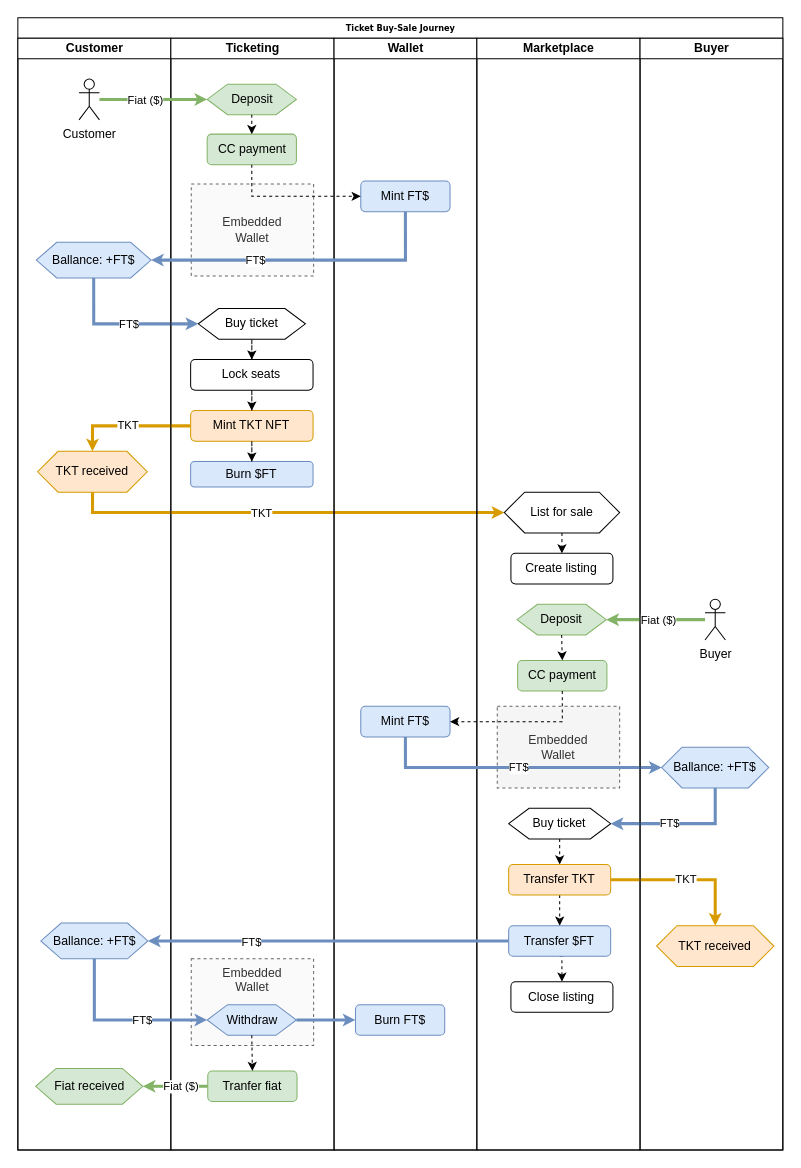
Above: buy-sale-diagram.drawio in cutepetric/TIXchange (draw.io), before the change. Source tidied: cells renumbered, new cells numbered last; positions are measured from the earlier drawing's top-left corner, leaving out a move shared by most shapes. Both pictures are drawn from the tidied source at 102%, with x=0, y=0 at pixel (17, 17).
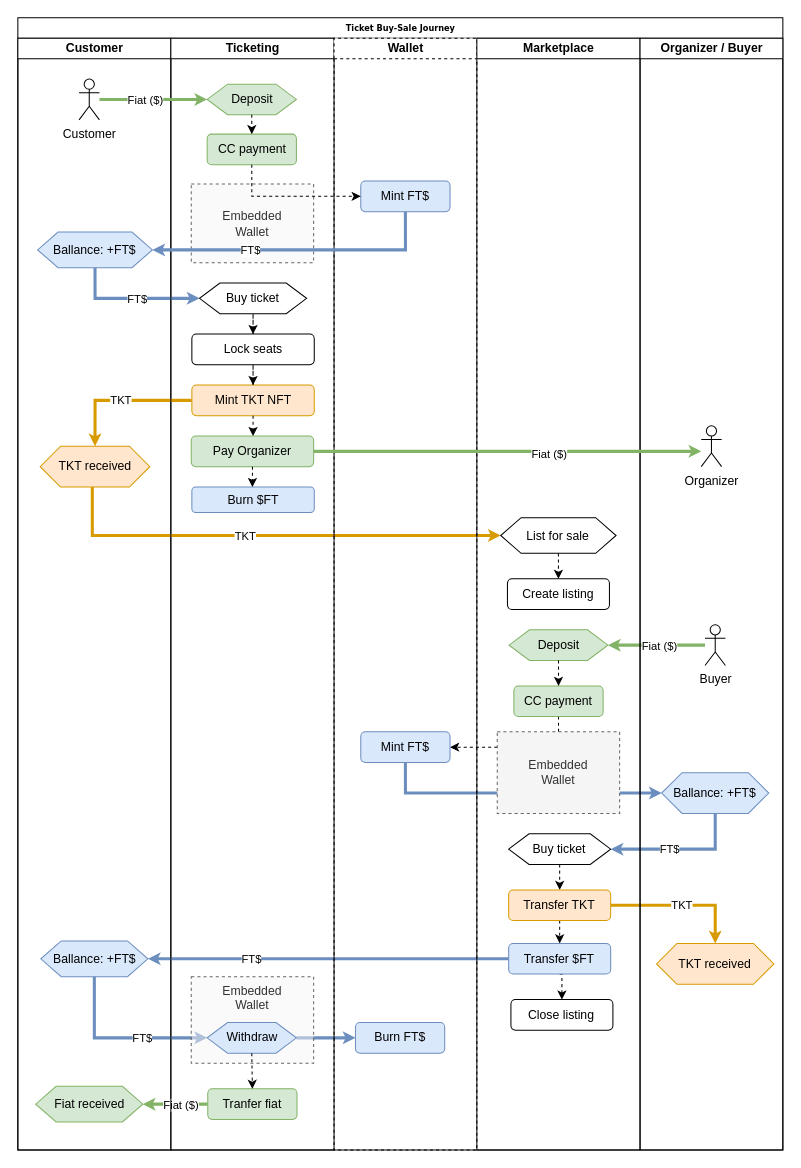
The same page after the edit.

Unchanged cells that the change refers to:
```xml
<mxCell id="2" value="Ticket Buy-Sale Journey" style="swimlane;html=1;startSize=20;rounded=0;shadow=0;labelBackgroundColor=none;strokeWidth=1;fontFamily=Verdana;fontSize=8;align=center;" parent="1" vertex="1">
  <mxGeometry width="750" height="1110" as="geometry" />
</mxCell>
<mxCell id="3" value="Customer" style="swimlane;html=1;startSize=20;" parent="2" vertex="1">
  <mxGeometry y="20" width="150" height="1090" as="geometry" />
</mxCell>
<mxCell id="14" value="Ticketing" style="swimlane;html=1;startSize=20;" parent="2" vertex="1">
  <mxGeometry x="150" y="20" width="160" height="1090" as="geometry" />
</mxCell>
<mxCell id="34" value="Marketplace" style="swimlane;html=1;startSize=20;" parent="2" vertex="1">
  <mxGeometry x="450" y="20" width="160" height="1090" as="geometry" />
</mxCell>
```

Diff of the diagram source:
```diff
@@
     <mxCell id="5" value="Ballance: +FT$" style="shape=hexagon;perimeter=hexagonPerimeter2;whiteSpace=wrap;html=1;fixedSize=1;rounded=0;fillColor=#dae8fc;strokeColor=#6c8ebf;" parent="3" vertex="1">
-      <mxGeometry x="18.1" y="200" width="112.5" height="35" as="geometry" />
+      <mxGeometry x="19.4" y="190" width="112.5" height="35" as="geometry" />
     </mxCell>
     <mxCell id="6" value="TKT received" style="shape=hexagon;perimeter=hexagonPerimeter2;whiteSpace=wrap;html=1;fixedSize=1;rounded=0;fillColor=#ffe6cc;strokeColor=#d79b00;" parent="3" vertex="1">
-      <mxGeometry x="19.4" y="405" width="107.5" height="40" as="geometry" />
+      <mxGeometry x="21.9" y="400" width="107.5" height="40" as="geometry" />
     </mxCell>
     <mxCell id="7" value="Ballance: +FT$" style="shape=hexagon;perimeter=hexagonPerimeter2;whiteSpace=wrap;html=1;fixedSize=1;rounded=0;fillColor=#dae8fc;strokeColor=#6c8ebf;" parent="3" vertex="1">
-      <mxGeometry x="22.5" y="867.5" width="105" height="35" as="geometry" />
+      <mxGeometry x="22.5" y="885" width="105" height="35" as="geometry" />
     </mxCell>
     <mxCell id="8" value="Fiat received" style="shape=hexagon;perimeter=hexagonPerimeter2;whiteSpace=wrap;html=1;fixedSize=1;rounded=0;fillColor=#d5e8d4;strokeColor=#82b366;" parent="3" vertex="1">
-      <mxGeometry x="17.5" y="1010" width="105" height="35" as="geometry" />
+      <mxGeometry x="17.5" y="1027.5" width="105" height="35" as="geometry" />
     </mxCell>
@@
     <mxCell id="12" style="edgeStyle=orthogonalEdgeStyle;rounded=0;jettySize=auto;html=1;strokeWidth=3;strokeColor=#d79b00;fillColor=#ffe6cc;endSize=3;entryX=0;entryY=0.5;entryDx=0;entryDy=0;" parent="2" edge="1" source="6" target="37">
       <mxGeometry relative="1" as="geometry">
         <Array as="points">
-          <mxPoint x="73" y="485" />
+          <mxPoint x="73" y="508" />
         </Array>
       </mxGeometry>
     </mxCell>
@@
+    <mxCell id="50" style="edgeStyle=orthogonalEdgeStyle;rounded=0;jettySize=auto;html=1;exitX=0;exitY=0.5;exitDx=0;exitDy=0;entryX=1;entryY=0.5;entryDx=0;entryDy=0;strokeWidth=3;strokeColor=#6c8ebf;fillColor=#dae8fc;endSize=3;" parent="2" edge="1" source="44" target="7">
+      <mxGeometry relative="1" as="geometry" />
+    </mxCell>
+    <mxCell id="51" value="FT$" style="edgeLabel;html=1;align=center;verticalAlign=middle;" parent="50" vertex="1">
+      <mxGeometry x="0.33" relative="1" as="geometry">
+        <mxPoint x="-18" as="offset" />
+      </mxGeometry>
+    </mxCell>
+    <mxCell id="53" style="edgeStyle=orthogonalEdgeStyle;rounded=0;jumpStyle=sharp;jettySize=auto;html=1;exitX=0;exitY=0.5;exitDx=0;exitDy=0;entryX=1;entryY=0.5;entryDx=0;entryDy=0;strokeWidth=3;strokeColor=#82b366;fillColor=#d5e8d4;endSize=3;" parent="2" edge="1" source="28" target="8">
+      <mxGeometry relative="1" as="geometry" />
+    </mxCell>
+    <mxCell id="54" value="Fiat ($)" style="edgeLabel;html=1;align=center;verticalAlign=middle;" parent="53" vertex="1">
+      <mxGeometry x="0.03" y="2" relative="1" as="geometry">
+        <mxPoint x="6" y="-2" as="offset" />
+      </mxGeometry>
+    </mxCell>
+    <mxCell id="55" style="edgeStyle=orthogonalEdgeStyle;rounded=0;jettySize=auto;html=1;exitX=1;exitY=0.5;exitDx=0;exitDy=0;entryX=0;entryY=0.5;entryDx=0;entryDy=0;strokeColor=#6c8ebf;strokeWidth=3;fillColor=#dae8fc;endSize=3;" parent="2" edge="1" source="27" target="32">
+      <mxGeometry relative="1" as="geometry" />
+    </mxCell>
+    <mxCell id="60" style="edgeStyle=orthogonalEdgeStyle;rounded=0;jumpStyle=sharp;jettySize=auto;html=1;exitX=0.5;exitY=1;exitDx=0;exitDy=0;entryX=0;entryY=0.5;entryDx=0;entryDy=0;strokeWidth=3;strokeColor=#6c8ebf;fillColor=#dae8fc;endSize=3;" parent="2" edge="1" source="7" target="27">
+      <mxGeometry relative="1" as="geometry" />
+    </mxCell>
+    <mxCell id="61" value="FT$" style="edgeLabel;html=1;align=center;verticalAlign=middle;" parent="60" vertex="1">
+      <mxGeometry x="0.06" y="1" relative="1" as="geometry">
+        <mxPoint x="16" y="1" as="offset" />
+      </mxGeometry>
+    </mxCell>
+    <mxCell id="49" value="TKT" style="edgeStyle=orthogonalEdgeStyle;rounded=0;jettySize=auto;html=1;exitX=1;exitY=0.5;exitDx=0;exitDy=0;entryX=0.5;entryY=0;entryDx=0;entryDy=0;strokeWidth=3;strokeColor=#d79b00;fillColor=#ffe6cc;endSize=3;" parent="2" edge="1" source="42" target="64">
+      <mxGeometry relative="1" as="geometry" />
+    </mxCell>
+    <mxCell id="52" value="FT$" style="edgeStyle=orthogonalEdgeStyle;rounded=0;jumpStyle=sharp;jettySize=auto;html=1;exitX=0.5;exitY=1;exitDx=0;exitDy=0;entryX=1;entryY=0.5;entryDx=0;entryDy=0;strokeColor=#6c8ebf;strokeWidth=3;fillColor=#dae8fc;endSize=3;" parent="2" edge="1" source="65" target="40">
+      <mxGeometry x="0.17" relative="1" as="geometry" />
+    </mxCell>
+    <mxCell id="56" value="FT$" style="edgeStyle=orthogonalEdgeStyle;rounded=0;jumpStyle=sharp;jettySize=auto;html=1;entryX=0;entryY=0.5;entryDx=0;entryDy=0;strokeColor=#6c8ebf;strokeWidth=3;fillColor=#dae8fc;exitX=0.5;exitY=1;exitDx=0;exitDy=0;endSize=3;" parent="2" edge="1" source="33" target="65">
+      <mxGeometry relative="1" as="geometry" />
+    </mxCell>
+    <mxCell id="57" style="rounded=0;jettySize=auto;html=1;fillColor=#d5e8d4;strokeColor=#82b366;strokeWidth=3;entryX=1;entryY=0.5;entryDx=0;entryDy=0;endSize=3;" parent="2" edge="1" source="63" target="46">
+      <mxGeometry relative="1" as="geometry" />
+    </mxCell>
+    <mxCell id="58" value="Fiat ($)" style="edgeLabel;html=1;align=center;verticalAlign=middle;" parent="57" vertex="1">
+      <mxGeometry x="0.31" relative="1" as="geometry">
+        <mxPoint x="17" as="offset" />
+      </mxGeometry>
+    </mxCell>
+    <mxCell id="59" style="edgeStyle=orthogonalEdgeStyle;rounded=0;jumpStyle=sharp;jettySize=auto;html=1;exitX=0.5;exitY=1;exitDx=0;exitDy=0;entryX=1;entryY=0.5;entryDx=0;entryDy=0;dashed=1;strokeWidth=1;" parent="2" edge="1" source="47" target="33">
+      <mxGeometry relative="1" as="geometry" />
+    </mxCell>
@@
     <mxCell id="15" value="Embedded&lt;br&gt;Wallet" style="rounded=0;whiteSpace=wrap;html=1;dashed=1;fillColor=#f5f5f5;fillOpacity=50;strokeColor=#666666;fontColor=#333333;" parent="14" vertex="1">
-      <mxGeometry x="20" y="143" width="120" height="90" as="geometry" />
+      <mxGeometry x="20" y="143" width="120" height="77" as="geometry" />
     </mxCell>
     <mxCell id="16" value="Lock seats" style="rounded=1;whiteSpace=wrap;html=1;" parent="14" vertex="1">
-      <mxGeometry x="19.4" y="315" width="120" height="30" as="geometry" />
+      <mxGeometry x="20.6" y="290" width="120" height="30" as="geometry" />
     </mxCell>
     <mxCell id="17" value="Mint TKT NFT" style="whiteSpace=wrap;html=1;rounded=1;fillColor=#ffe6cc;strokeColor=#d79b00;" parent="14" vertex="1">
-      <mxGeometry x="19.4" y="365" width="120" height="30" as="geometry" />
+      <mxGeometry x="20.6" y="340" width="120" height="30" as="geometry" />
     </mxCell>
@@
     <mxCell id="20" value="Buy ticket" style="shape=hexagon;perimeter=hexagonPerimeter2;whiteSpace=wrap;html=1;fixedSize=1;rounded=0;" parent="14" vertex="1">
-      <mxGeometry x="26.9" y="265" width="105" height="30" as="geometry" />
+      <mxGeometry x="28.1" y="240" width="105" height="30" as="geometry" />
     </mxCell>
-    <mxCell id="21" value="Burn $FT" style="whiteSpace=wrap;html=1;rounded=1;fillColor=#dae8fc;strokeColor=#6c8ebf;shadow=0;" parent="14" vertex="1">
-      <mxGeometry x="19.4" y="415" width="120" height="25" as="geometry" />
+    <mxCell id="21" value="Pay Organizer" style="whiteSpace=wrap;html=1;rounded=1;fillColor=#d5e8d4;strokeColor=#82b366;" parent="14" vertex="1">
+      <mxGeometry x="20" y="390" width="120" height="30" as="geometry" />
     </mxCell>
@@
     <mxCell id="23" value="Embedded&lt;br&gt;Wallet" style="rounded=0;whiteSpace=wrap;html=1;dashed=1;fillColor=#f5f5f5;fillOpacity=50;strokeColor=#666666;fontColor=#333333;verticalAlign=top;spacingBottom=6;" parent="14" vertex="1">
-      <mxGeometry x="20" y="902.5" width="120" height="85" as="geometry" />
+      <mxGeometry x="20" y="920" width="120" height="85" as="geometry" />
     </mxCell>
@@
     <mxCell id="27" value="Withdraw" style="shape=hexagon;perimeter=hexagonPerimeter2;whiteSpace=wrap;html=1;fixedSize=1;rounded=0;fillColor=#dae8fc;strokeColor=#6c8ebf;" parent="14" vertex="1">
-      <mxGeometry x="35.6" y="947.5" width="87.5" height="30" as="geometry" />
+      <mxGeometry x="35.6" y="965" width="87.5" height="30" as="geometry" />
     </mxCell>
     <mxCell id="28" value="Tranfer fiat" style="whiteSpace=wrap;html=1;verticalAlign=middle;rounded=1;fillColor=#d5e8d4;strokeColor=#82b366;" parent="14" vertex="1">
-      <mxGeometry x="36.2" y="1012.5" width="87.5" height="30" as="geometry" />
+      <mxGeometry x="36.2" y="1030" width="87.5" height="30" as="geometry" />
     </mxCell>
@@
+    <mxCell id="71" value="Burn $FT" style="whiteSpace=wrap;html=1;rounded=1;fillColor=#dae8fc;strokeColor=#6c8ebf;shadow=0;" parent="14" vertex="1">
+      <mxGeometry x="20.6" y="440" width="120" height="25" as="geometry" />
+    </mxCell>
+    <mxCell id="72" style="edgeStyle=orthogonalEdgeStyle;rounded=0;jettySize=auto;html=1;dashed=1;strokeWidth=1;" parent="14" edge="1" source="21" target="71">
+      <mxGeometry relative="1" as="geometry" />
+    </mxCell>
-    <mxCell id="30" value="Wallet" style="swimlane;html=1;startSize=20;" parent="2" vertex="1">
+    <mxCell id="30" value="Wallet" style="swimlane;html=1;startSize=20;dashed=1;" parent="2" vertex="1">
       <mxGeometry x="310" y="20" width="140" height="1090" as="geometry" />
     </mxCell>
@@
     <mxCell id="32" value="Burn FT$" style="whiteSpace=wrap;html=1;verticalAlign=middle;rounded=1;fillColor=#dae8fc;strokeColor=#6c8ebf;" parent="30" vertex="1">
-      <mxGeometry x="21" y="947.5" width="87.5" height="30" as="geometry" />
+      <mxGeometry x="21" y="965" width="87.5" height="30" as="geometry" />
     </mxCell>
     <mxCell id="33" value="Mint FT$" style="whiteSpace=wrap;html=1;verticalAlign=middle;rounded=1;fillColor=#dae8fc;strokeColor=#6c8ebf;" parent="30" vertex="1">
-      <mxGeometry x="26.2" y="655" width="87.5" height="30" as="geometry" />
+      <mxGeometry x="26.2" y="680" width="87.5" height="30" as="geometry" />
     </mxCell>
@@
     <mxCell id="35" value="Embedded&lt;br&gt;Wallet" style="rounded=0;whiteSpace=wrap;html=1;dashed=1;labelBackgroundColor=none;fillColor=#f5f5f5;fontColor=#333333;strokeColor=#666666;glass=0;" parent="34" vertex="1">
-      <mxGeometry x="20" y="655" width="120" height="80" as="geometry" />
+      <mxGeometry x="20" y="680" width="120" height="80" as="geometry" />
     </mxCell>
@@
     <mxCell id="37" value="List for sale" style="shape=hexagon;perimeter=hexagonPerimeter2;whiteSpace=wrap;html=1;fixedSize=1;rounded=0;" parent="34" vertex="1">
-      <mxGeometry x="26.9" y="445" width="113.1" height="40" as="geometry" />
+      <mxGeometry x="23.4" y="470" width="113.1" height="35" as="geometry" />
     </mxCell>
     <mxCell id="38" value="Create listing" style="whiteSpace=wrap;html=1;rounded=1;" parent="34" vertex="1">
-      <mxGeometry x="33.4" y="505" width="100" height="30" as="geometry" />
+      <mxGeometry x="30" y="530" width="100" height="30" as="geometry" />
     </mxCell>
@@
     <mxCell id="40" value="Buy ticket" style="shape=hexagon;perimeter=hexagonPerimeter2;whiteSpace=wrap;html=1;fixedSize=1;rounded=0;sketch=0;" parent="34" vertex="1">
-      <mxGeometry x="31.2" y="755" width="100" height="30" as="geometry" />
+      <mxGeometry x="31.2" y="780" width="100" height="30" as="geometry" />
     </mxCell>
@@
     <mxCell id="42" value="Transfer TKT" style="whiteSpace=wrap;html=1;rounded=1;fillColor=#ffe6cc;strokeColor=#d79b00;" parent="34" vertex="1">
-      <mxGeometry x="31.2" y="810" width="100" height="30" as="geometry" />
+      <mxGeometry x="31.2" y="835" width="100" height="30" as="geometry" />
     </mxCell>
@@
     <mxCell id="44" value="Transfer $FT" style="whiteSpace=wrap;html=1;rounded=1;fillColor=#dae8fc;strokeColor=#6c8ebf;" parent="34" vertex="1">
-      <mxGeometry x="31.2" y="870" width="100" height="30" as="geometry" />
+      <mxGeometry x="31.2" y="887.5" width="100" height="30" as="geometry" />
     </mxCell>
     <mxCell id="45" value="Close listing" style="whiteSpace=wrap;html=1;rounded=1;" parent="34" vertex="1">
-      <mxGeometry x="33.4" y="925" width="100" height="30" as="geometry" />
+      <mxGeometry x="33.4" y="942.5" width="100" height="30" as="geometry" />
     </mxCell>
     <mxCell id="46" value="Deposit" style="shape=hexagon;perimeter=hexagonPerimeter2;whiteSpace=wrap;html=1;fixedSize=1;rounded=0;fillColor=#d5e8d4;strokeColor=#82b366;" parent="34" vertex="1">
-      <mxGeometry x="39.4" y="555" width="87.5" height="30" as="geometry" />
+      <mxGeometry x="31.6" y="580" width="96.9" height="30" as="geometry" />
     </mxCell>
     <mxCell id="47" value="CC payment" style="whiteSpace=wrap;html=1;verticalAlign=middle;rounded=1;fillColor=#d5e8d4;strokeColor=#82b366;" parent="34" vertex="1">
-      <mxGeometry x="40" y="610" width="87.5" height="30" as="geometry" />
+      <mxGeometry x="36.3" y="635" width="87.5" height="30" as="geometry" />
     </mxCell>
@@
-    <mxCell id="49" value="TKT" style="edgeStyle=orthogonalEdgeStyle;rounded=0;jettySize=auto;html=1;exitX=1;exitY=0.5;exitDx=0;exitDy=0;entryX=0.5;entryY=0;entryDx=0;entryDy=0;strokeWidth=3;strokeColor=#d79b00;fillColor=#ffe6cc;endSize=3;" parent="2" edge="1" source="42" target="64">
-      <mxGeometry relative="1" as="geometry" />
-    </mxCell>
-    <mxCell id="50" style="edgeStyle=orthogonalEdgeStyle;rounded=0;jettySize=auto;html=1;exitX=0;exitY=0.5;exitDx=0;exitDy=0;entryX=1;entryY=0.5;entryDx=0;entryDy=0;strokeWidth=3;strokeColor=#6c8ebf;fillColor=#dae8fc;endSize=3;" parent="2" edge="1" source="44" target="7">
-      <mxGeometry relative="1" as="geometry" />
-    </mxCell>
-    <mxCell id="51" value="FT$" style="edgeLabel;html=1;align=center;verticalAlign=middle;" parent="50" vertex="1">
-      <mxGeometry x="0.33" relative="1" as="geometry">
-        <mxPoint x="-18" as="offset" />
-      </mxGeometry>
-    </mxCell>
-    <mxCell id="52" value="FT$" style="edgeStyle=orthogonalEdgeStyle;rounded=0;jumpStyle=sharp;jettySize=auto;html=1;exitX=0.5;exitY=1;exitDx=0;exitDy=0;entryX=1;entryY=0.5;entryDx=0;entryDy=0;strokeColor=#6c8ebf;strokeWidth=3;fillColor=#dae8fc;endSize=3;" parent="2" edge="1" source="65" target="40">
-      <mxGeometry x="0.17" relative="1" as="geometry" />
-    </mxCell>
-    <mxCell id="53" style="edgeStyle=orthogonalEdgeStyle;rounded=0;jumpStyle=sharp;jettySize=auto;html=1;exitX=0;exitY=0.5;exitDx=0;exitDy=0;entryX=1;entryY=0.5;entryDx=0;entryDy=0;strokeWidth=3;strokeColor=#82b366;fillColor=#d5e8d4;endSize=3;" parent="2" edge="1" source="28" target="8">
-      <mxGeometry relative="1" as="geometry" />
-    </mxCell>
-    <mxCell id="54" value="Fiat ($)" style="edgeLabel;html=1;align=center;verticalAlign=middle;" parent="53" vertex="1">
-      <mxGeometry x="0.03" y="2" relative="1" as="geometry">
-        <mxPoint x="6" y="-2" as="offset" />
-      </mxGeometry>
-    </mxCell>
-    <mxCell id="55" style="edgeStyle=orthogonalEdgeStyle;rounded=0;jettySize=auto;html=1;exitX=1;exitY=0.5;exitDx=0;exitDy=0;entryX=0;entryY=0.5;entryDx=0;entryDy=0;strokeColor=#6c8ebf;strokeWidth=3;fillColor=#dae8fc;endSize=3;" parent="2" edge="1" source="27" target="32">
-      <mxGeometry relative="1" as="geometry" />
-    </mxCell>
-    <mxCell id="56" value="FT$" style="edgeStyle=orthogonalEdgeStyle;rounded=0;jumpStyle=sharp;jettySize=auto;html=1;entryX=0;entryY=0.5;entryDx=0;entryDy=0;strokeColor=#6c8ebf;strokeWidth=3;fillColor=#dae8fc;exitX=0.5;exitY=1;exitDx=0;exitDy=0;endSize=3;" parent="2" edge="1" source="33" target="65">
-      <mxGeometry relative="1" as="geometry" />
-    </mxCell>
-    <mxCell id="57" style="rounded=0;jettySize=auto;html=1;fillColor=#d5e8d4;strokeColor=#82b366;strokeWidth=3;entryX=1;entryY=0.5;entryDx=0;entryDy=0;endSize=3;" parent="2" edge="1" source="63" target="46">
-      <mxGeometry relative="1" as="geometry" />
-    </mxCell>
-    <mxCell id="58" value="Fiat ($)" style="edgeLabel;html=1;align=center;verticalAlign=middle;" parent="57" vertex="1">
-      <mxGeometry x="0.31" relative="1" as="geometry">
-        <mxPoint x="17" as="offset" />
-      </mxGeometry>
-    </mxCell>
-    <mxCell id="59" style="edgeStyle=orthogonalEdgeStyle;rounded=0;jumpStyle=sharp;jettySize=auto;html=1;exitX=0.5;exitY=1;exitDx=0;exitDy=0;entryX=1;entryY=0.5;entryDx=0;entryDy=0;dashed=1;strokeWidth=1;" parent="2" edge="1" source="47" target="33">
-      <mxGeometry relative="1" as="geometry" />
-    </mxCell>
-    <mxCell id="60" style="edgeStyle=orthogonalEdgeStyle;rounded=0;jumpStyle=sharp;jettySize=auto;html=1;exitX=0.5;exitY=1;exitDx=0;exitDy=0;entryX=0;entryY=0.5;entryDx=0;entryDy=0;strokeWidth=3;strokeColor=#6c8ebf;fillColor=#dae8fc;endSize=3;" parent="2" edge="1" source="7" target="27">
-      <mxGeometry relative="1" as="geometry" />
-    </mxCell>
-    <mxCell id="61" value="FT$" style="edgeLabel;html=1;align=center;verticalAlign=middle;" parent="60" vertex="1">
-      <mxGeometry x="0.06" y="1" relative="1" as="geometry">
-        <mxPoint x="16" y="1" as="offset" />
-      </mxGeometry>
-    </mxCell>
-    <mxCell id="62" value="Buyer" style="swimlane;html=1;startSize=20;" parent="2" vertex="1">
+    <mxCell id="62" value="Organizer / Buyer" style="swimlane;html=1;startSize=20;" parent="2" vertex="1">
       <mxGeometry x="610" y="20" width="140" height="1090" as="geometry" />
     </mxCell>
     <mxCell id="63" value="Buyer" style="shape=umlActor;verticalLabelPosition=bottom;verticalAlign=top;html=1;outlineConnect=0;" parent="62" vertex="1">
-      <mxGeometry x="63.7" y="550" width="20" height="40" as="geometry" />
+      <mxGeometry x="63.7" y="575" width="20" height="40" as="geometry" />
     </mxCell>
     <mxCell id="64" value="TKT received" style="shape=hexagon;perimeter=hexagonPerimeter2;whiteSpace=wrap;html=1;fixedSize=1;rounded=0;fillColor=#ffe6cc;strokeColor=#d79b00;" parent="62" vertex="1">
-      <mxGeometry x="16.2" y="870" width="115" height="40" as="geometry" />
+      <mxGeometry x="16.2" y="887.5" width="115" height="40" as="geometry" />
     </mxCell>
     <mxCell id="65" value="Ballance: +FT$" style="shape=hexagon;perimeter=hexagonPerimeter2;whiteSpace=wrap;html=1;fixedSize=1;rounded=0;fillColor=#dae8fc;strokeColor=#6c8ebf;" parent="62" vertex="1">
-      <mxGeometry x="21.2" y="695" width="105" height="40" as="geometry" />
+      <mxGeometry x="21.2" y="720" width="105" height="40" as="geometry" />
     </mxCell>
+    <mxCell id="73" value="Organizer" style="shape=umlActor;verticalLabelPosition=bottom;verticalAlign=top;html=1;outlineConnect=0;" parent="62" vertex="1">
+      <mxGeometry x="60" y="380" width="20" height="40" as="geometry" />
+    </mxCell>
@@
+    <mxCell id="74" style="edgeStyle=orthogonalEdgeStyle;rounded=0;jettySize=auto;html=1;exitX=1;exitY=0.5;exitDx=0;exitDy=0;strokeWidth=3;strokeColor=#82b366;fillColor=#d5e8d4;endSize=3;" parent="2" edge="1" source="21" target="73">
+      <mxGeometry relative="1" as="geometry">
+        <Array as="points">
+          <mxPoint x="581" y="425" />
+          <mxPoint x="581" y="425" />
+        </Array>
+      </mxGeometry>
+    </mxCell>
+    <mxCell id="75" value="Fiat ($)" style="edgeLabel;html=1;align=center;verticalAlign=middle;" parent="74" vertex="1">
+      <mxGeometry x="0.21" y="-2" relative="1" as="geometry" />
+    </mxCell>
```
